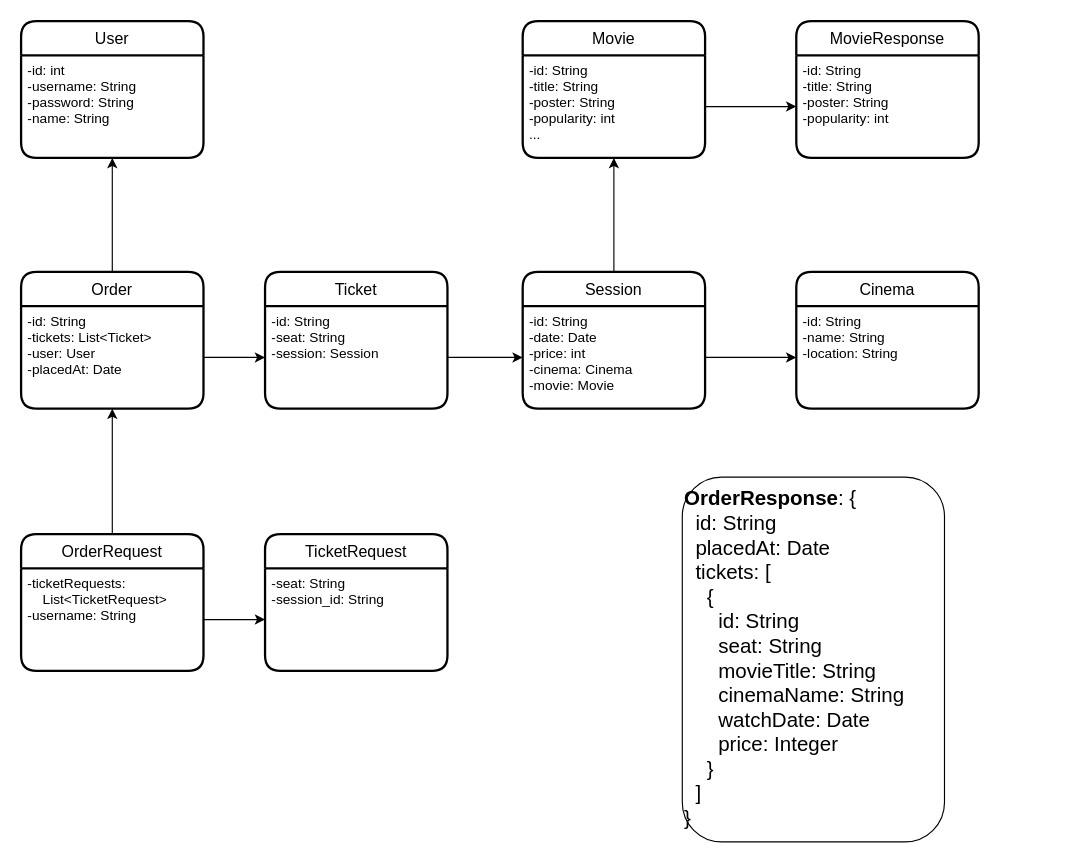
Before: Feaven_class.drawio in BennyYuen09/feaven_doc, a draw.io diagram. Source tidied: cells renumbered, new cells numbered last; positions are measured from the earlier drawing's top-left corner, leaving out a move shared by most shapes. Both pictures are drawn from the tidied source at 114%, with x=0, y=0 at pixel (21, 21).
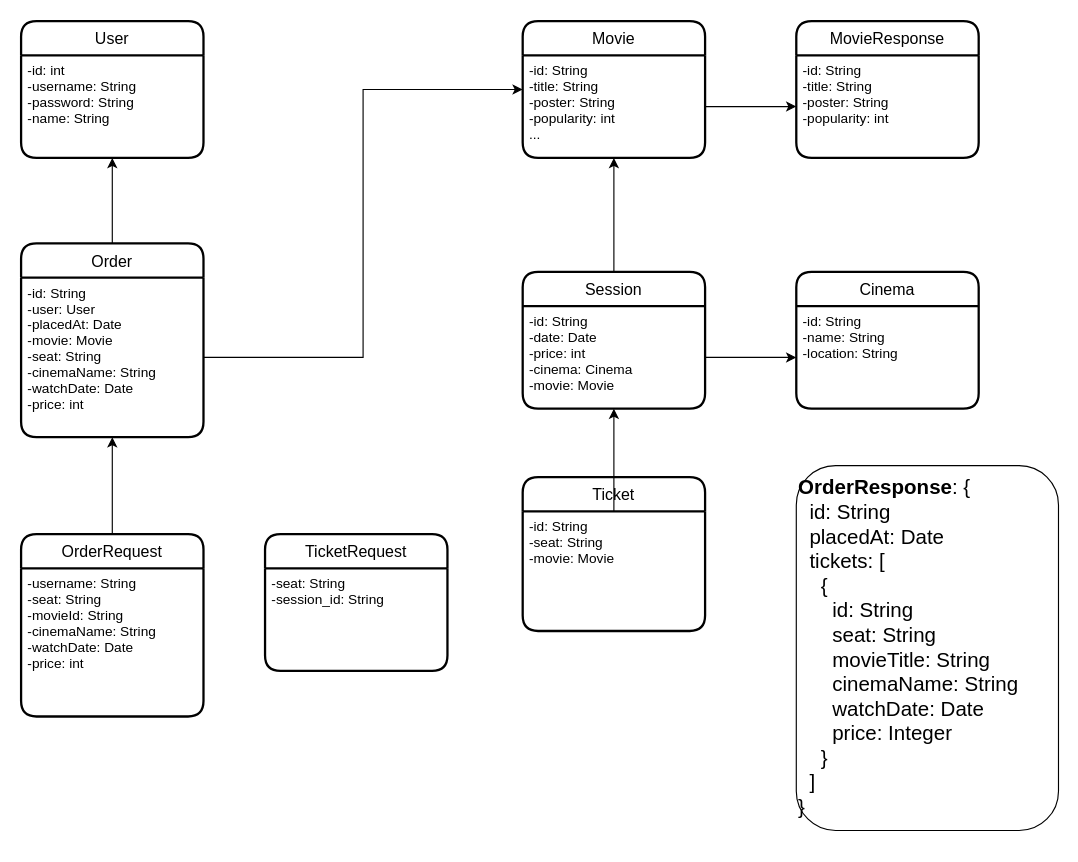
The same diagram, later.

The change refers to these unchanged cells:
```xml
<mxCell id="2" value="Movie" style="swimlane;horizontal=1;startSize=30;rounded=1;fontSize=14;fontStyle=0;strokeWidth=2;shadow=0;dashed=0;align=center;" parent="1" vertex="1">
  <mxGeometry x="440" width="160" height="120" as="geometry" />
</mxCell>
<mxCell id="26" value="-seat: String&#10;-session_id: String" style="align=left;strokeColor=none;fillColor=none;spacingLeft=4;fontSize=12;verticalAlign=top;" parent="25" vertex="1">
  <mxGeometry y="30" width="160" height="90" as="geometry" />
</mxCell>
```

The edit, as a diff of the source:
```diff
@@
     <mxCell id="7" value="Ticket" style="swimlane;horizontal=1;startSize=30;rounded=1;fontSize=14;fontStyle=0;strokeWidth=2;shadow=0;dashed=0;align=center;" parent="1" vertex="1">
-      <mxGeometry x="214" y="220" width="160" height="120" as="geometry" />
+      <mxGeometry x="440" y="400" width="160" height="135" as="geometry" />
     </mxCell>
-    <mxCell id="8" value="-id: String&#10;-seat: String&#10;-session: Session" style="align=left;strokeColor=none;fillColor=none;spacingLeft=4;fontSize=12;verticalAlign=top;" parent="7" vertex="1">
-      <mxGeometry y="30" width="160" height="90" as="geometry" />
+    <mxCell id="8" value="-id: String&#10;-seat: String&#10;-movie: Movie" style="align=left;strokeColor=none;fillColor=none;spacingLeft=4;fontSize=12;verticalAlign=top;" parent="7" vertex="1">
+      <mxGeometry y="30" width="160" height="105" as="geometry" />
     </mxCell>
@@
     <mxCell id="17" value="Order" style="swimlane;horizontal=1;startSize=30;rounded=1;fontSize=14;fontStyle=0;strokeWidth=2;shadow=0;dashed=0;align=center;" parent="1" vertex="1">
-      <mxGeometry y="220" width="160" height="120" as="geometry" />
+      <mxGeometry y="195" width="160" height="170" as="geometry" />
     </mxCell>
-    <mxCell id="18" value="-id: String&#10;-tickets: List&lt;Ticket&gt;&#10;-user: User&#10;-placedAt: Date" style="align=left;strokeColor=none;fillColor=none;spacingLeft=4;fontSize=12;verticalAlign=top;" parent="17" vertex="1">
-      <mxGeometry y="30" width="160" height="90" as="geometry" />
+    <mxCell id="18" value="-id: String&#10;-user: User&#10;-placedAt: Date&#10;-movie: Movie&#10;-seat: String&#10;-cinemaName: String&#10;-watchDate: Date&#10;-price: int" style="align=left;strokeColor=none;fillColor=none;spacingLeft=4;fontSize=12;verticalAlign=top;" parent="17" vertex="1">
+      <mxGeometry y="30" width="160" height="140" as="geometry" />
     </mxCell>
-    <mxCell id="19" style="edgeStyle=orthogonalEdgeStyle;rounded=0;jettySize=auto;html=1;" parent="1" edge="1" source="18" target="8">
-      <mxGeometry relative="1" as="geometry" />
-    </mxCell>
@@
     <mxCell id="23" value="OrderRequest" style="swimlane;horizontal=1;startSize=30;rounded=1;fontSize=14;fontStyle=0;strokeWidth=2;shadow=0;dashed=0;align=center;" parent="1" vertex="1">
-      <mxGeometry y="450" width="160" height="120" as="geometry" />
+      <mxGeometry y="450" width="160" height="160" as="geometry" />
     </mxCell>
-    <mxCell id="24" value="-ticketRequests: &#10;    List&lt;TicketRequest&gt;&#10;-username: String" style="align=left;strokeColor=none;fillColor=none;spacingLeft=4;fontSize=12;verticalAlign=top;" parent="23" vertex="1">
-      <mxGeometry y="30" width="160" height="90" as="geometry" />
+    <mxCell id="24" value="-username: String&#10;-seat: String&#10;-movieId: String&#10;-cinemaName: String&#10;-watchDate: Date&#10;-price: int" style="align=left;strokeColor=none;fillColor=none;spacingLeft=4;fontSize=12;verticalAlign=top;" parent="23" vertex="1">
+      <mxGeometry y="30" width="160" height="130" as="geometry" />
     </mxCell>
@@
-    <mxCell id="27" style="edgeStyle=orthogonalEdgeStyle;rounded=0;jettySize=auto;html=1;" parent="1" edge="1" source="24" target="26">
-      <mxGeometry relative="1" as="geometry" />
-    </mxCell>
     <mxCell id="28" value="&lt;div style=&quot;font-size: 18px&quot;&gt;&lt;font style=&quot;font-size: 18px&quot;&gt;&lt;b&gt;OrderResponse&lt;/b&gt;: {&lt;/font&gt;&lt;/div&gt;&lt;div style=&quot;font-size: 18px&quot;&gt;&lt;font style=&quot;font-size: 18px&quot;&gt;&amp;nbsp; id: String&lt;/font&gt;&lt;/div&gt;&lt;div style=&quot;font-size: 18px&quot;&gt;&lt;font style=&quot;font-size: 18px&quot;&gt;&amp;nbsp; placedAt: Date&lt;/font&gt;&lt;/div&gt;&lt;div style=&quot;font-size: 18px&quot;&gt;&lt;font style=&quot;font-size: 18px&quot;&gt;&amp;nbsp; tickets: [&lt;/font&gt;&lt;/div&gt;&lt;div style=&quot;font-size: 18px&quot;&gt;&lt;font style=&quot;font-size: 18px&quot;&gt;&amp;nbsp; &amp;nbsp; {&lt;/font&gt;&lt;/div&gt;&lt;div style=&quot;font-size: 18px&quot;&gt;&lt;font style=&quot;font-size: 18px&quot;&gt;&amp;nbsp; &amp;nbsp; &amp;nbsp; id: String&lt;/font&gt;&lt;/div&gt;&lt;div style=&quot;font-size: 18px&quot;&gt;&lt;font style=&quot;font-size: 18px&quot;&gt;&amp;nbsp; &amp;nbsp; &amp;nbsp; seat: String&lt;/font&gt;&lt;/div&gt;&lt;div style=&quot;font-size: 18px&quot;&gt;&lt;font style=&quot;font-size: 18px&quot;&gt;&amp;nbsp; &amp;nbsp; &amp;nbsp; movieTitle: String&lt;/font&gt;&lt;/div&gt;&lt;div style=&quot;font-size: 18px&quot;&gt;&lt;font style=&quot;font-size: 18px&quot;&gt;&amp;nbsp; &amp;nbsp; &amp;nbsp; cinemaName: String&lt;/font&gt;&lt;/div&gt;&lt;div style=&quot;font-size: 18px&quot;&gt;&lt;font style=&quot;font-size: 18px&quot;&gt;&amp;nbsp; &amp;nbsp; &amp;nbsp; watchDate: Date&lt;/font&gt;&lt;/div&gt;&lt;div style=&quot;font-size: 18px&quot;&gt;&lt;font style=&quot;font-size: 18px&quot;&gt;&amp;nbsp; &amp;nbsp; &amp;nbsp; price: Integer&lt;/font&gt;&lt;/div&gt;&lt;div style=&quot;font-size: 18px&quot;&gt;&lt;font style=&quot;font-size: 18px&quot;&gt;&amp;nbsp; &amp;nbsp; }&lt;/font&gt;&lt;/div&gt;&lt;div style=&quot;font-size: 18px&quot;&gt;&lt;font style=&quot;font-size: 18px&quot;&gt;&amp;nbsp; ]&lt;/font&gt;&lt;/div&gt;&lt;div style=&quot;font-size: 18px&quot;&gt;&lt;span&gt;&lt;font style=&quot;font-size: 18px&quot;&gt;}&lt;/font&gt;&lt;/span&gt;&lt;/div&gt;" style="rounded=1;whiteSpace=wrap;html=1;align=left;" parent="1" vertex="1">
-      <mxGeometry x="580" y="400" width="230" height="320" as="geometry" />
+      <mxGeometry x="680" y="390" width="230" height="320" as="geometry" />
     </mxCell>
+    <mxCell id="29" style="edgeStyle=orthogonalEdgeStyle;rounded=0;jettySize=auto;html=1;exitX=1;exitY=0.5;exitDx=0;exitDy=0;entryX=0;entryY=0.5;entryDx=0;entryDy=0;" parent="1" edge="1" source="18" target="2">
+      <mxGeometry relative="1" as="geometry" />
+    </mxCell>
```
